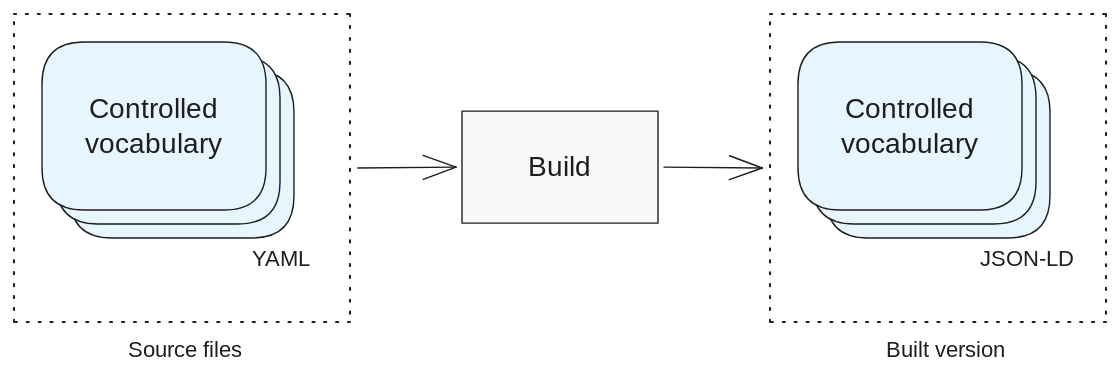
Above: src/docs/modules/ROOT/images/build-process.svg in Netbeheer-Nederland/controlled-vocabularies (Excalidraw), before the change. Source tidied: one line per element, renumbered; positions are measured from the earlier drawing's top-left corner, leaving out a move shared by most shapes. Its diagram source:
```json
{"id": 0, "type": "rectangle", "strokeColor": "#1e1e1e", "strokeWidth": 1, "strokeStyle": "dotted", "roughness": 0, "x": 0, "y": 0, "width": 240, "height": 220}
{"id": 1, "type": "rectangle", "strokeColor": "#1e1e1e", "backgroundColor": "#e7f5ff", "fillStyle": "solid", "strokeWidth": 1, "roughness": 0, "round": true, "x": 40, "y": 40, "width": 160, "height": 120}
{"id": 2, "type": "rectangle", "strokeColor": "#1e1e1e", "backgroundColor": "#e7f5ff", "fillStyle": "solid", "strokeWidth": 1, "roughness": 0, "round": true, "x": 30, "y": 30, "width": 160, "height": 120}
{"id": 3, "type": "rectangle", "strokeColor": "#1e1e1e", "backgroundColor": "#e7f5ff", "fillStyle": "solid", "strokeWidth": 1, "roughness": 0, "round": true, "x": 20, "y": 20, "width": 160, "height": 120}
{"id": 4, "type": "text", "text": "Controlled\nvocabulary", "strokeColor": "#1e1e1e", "backgroundColor": "#d0bfff", "fillStyle": "solid", "strokeWidth": 1, "roughness": 0, "fontSize": 20, "fontFamily": 6, "textAlign": "center", "verticalAlign": "middle", "inside": 3, "x": 50, "y": 55, "width": 99, "height": 50}
{"id": 5, "type": "text", "text": "YAML", "strokeColor": "#1e1e1e", "backgroundColor": "#e9ecef", "fillStyle": "solid", "strokeWidth": 1, "roughness": 0, "fontSize": 16, "fontFamily": 6, "x": 170, "y": 165, "width": 43, "height": 20}
{"id": 6, "type": "text", "text": "JSON-LD", "strokeColor": "#1e1e1e", "backgroundColor": "#e9ecef", "fillStyle": "solid", "strokeWidth": 1, "roughness": 0, "fontSize": 16, "fontFamily": 6, "x": 690, "y": 165, "width": 67, "height": 20}
{"id": 7, "type": "rectangle", "strokeColor": "#1e1e1e", "backgroundColor": "#f8f9fa", "fillStyle": "solid", "strokeWidth": 1, "roughness": 0, "x": 320, "y": 69, "width": 140, "height": 80}
{"id": 8, "type": "text", "text": "Build", "strokeColor": "#1e1e1e", "backgroundColor": "#d0bfff", "fillStyle": "solid", "strokeWidth": 1, "roughness": 0, "fontSize": 20, "fontFamily": 6, "textAlign": "center", "verticalAlign": "middle", "inside": 7, "x": 366, "y": 97, "width": 47, "height": 25}
{"id": 9, "type": "arrow", "strokeColor": "#1e1e1e", "backgroundColor": "#a5d8ff", "fillStyle": "hachure", "strokeWidth": 1, "roughness": 0, "endArrowhead": "arrow", "from": 0, "to": 7, "x": 246, "y": 110, "width": 70, "height": 1, "points": [[0, 0], [70, -1]]}
{"id": 10, "type": "text", "text": "Source files", "strokeColor": "#1e1e1e", "strokeWidth": 1, "strokeStyle": "dotted", "roughness": 0, "fontSize": 16, "fontFamily": 6, "textAlign": "center", "x": 80, "y": 230, "width": 84, "height": 20}
{"id": 11, "type": "rectangle", "strokeColor": "#1e1e1e", "strokeWidth": 1, "strokeStyle": "dotted", "roughness": 0, "x": 540, "y": 0, "width": 240, "height": 220}
{"id": 12, "type": "arrow", "strokeColor": "#1e1e1e", "backgroundColor": "#a5d8ff", "fillStyle": "hachure", "strokeWidth": 1, "roughness": 0, "endArrowhead": "arrow", "from": 7, "to": 11, "x": 464, "y": 109, "width": 70, "height": 1, "points": [[0, 0], [70, 1]]}
{"id": 13, "type": "rectangle", "strokeColor": "#1e1e1e", "backgroundColor": "#e7f5ff", "fillStyle": "solid", "strokeWidth": 1, "roughness": 0, "round": true, "x": 580, "y": 40, "width": 160, "height": 120}
{"id": 14, "type": "rectangle", "strokeColor": "#1e1e1e", "backgroundColor": "#e7f5ff", "fillStyle": "solid", "strokeWidth": 1, "roughness": 0, "round": true, "x": 570, "y": 30, "width": 160, "height": 120}
{"id": 15, "type": "rectangle", "strokeColor": "#1e1e1e", "backgroundColor": "#e7f5ff", "fillStyle": "solid", "strokeWidth": 1, "roughness": 0, "round": true, "x": 560, "y": 20, "width": 160, "height": 120}
{"id": 16, "type": "text", "text": "Controlled\nvocabulary", "strokeColor": "#1e1e1e", "backgroundColor": "#d0bfff", "fillStyle": "solid", "strokeWidth": 1, "roughness": 0, "fontSize": 20, "fontFamily": 6, "textAlign": "center", "verticalAlign": "middle", "inside": 15, "x": 590, "y": 55, "width": 99, "height": 50}
{"id": 17, "type": "text", "text": "Built version", "strokeColor": "#1e1e1e", "strokeWidth": 1, "strokeStyle": "dotted", "roughness": 0, "fontSize": 16, "fontFamily": 6, "textAlign": "center", "x": 620, "y": 230, "width": 90, "height": 20}
```
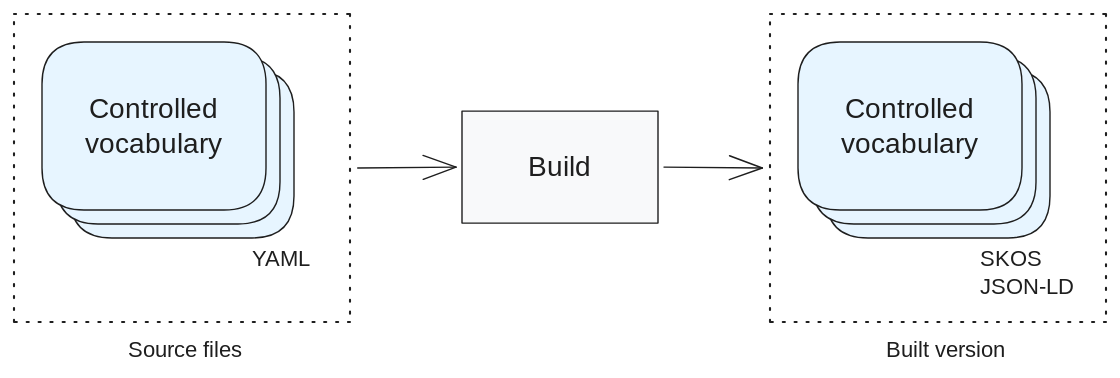
After the commit.

The edit, as a diff of the source:
```diff
@@ -4,7 +4,7 @@
 {"id": 3, "type": "rectangle", "strokeColor": "#1e1e1e", "backgroundColor": "#e7f5ff", "fillStyle": "solid", "strokeWidth": 1, "roughness": 0, "round": true, "x": 20, "y": 20, "width": 160, "height": 120}
 {"id": 4, "type": "text", "text": "Controlled\nvocabulary", "strokeColor": "#1e1e1e", "backgroundColor": "#d0bfff", "fillStyle": "solid", "strokeWidth": 1, "roughness": 0, "fontSize": 20, "fontFamily": 6, "textAlign": "center", "verticalAlign": "middle", "inside": 3, "x": 50, "y": 55, "width": 99, "height": 50}
 {"id": 5, "type": "text", "text": "YAML", "strokeColor": "#1e1e1e", "backgroundColor": "#e9ecef", "fillStyle": "solid", "strokeWidth": 1, "roughness": 0, "fontSize": 16, "fontFamily": 6, "x": 170, "y": 165, "width": 43, "height": 20}
-{"id": 6, "type": "text", "text": "JSON-LD", "strokeColor": "#1e1e1e", "backgroundColor": "#e9ecef", "fillStyle": "solid", "strokeWidth": 1, "roughness": 0, "fontSize": 16, "fontFamily": 6, "x": 690, "y": 165, "width": 67, "height": 20}
+{"id": 6, "type": "text", "text": "SKOS\nJSON-LD", "strokeColor": "#1e1e1e", "backgroundColor": "#e9ecef", "fillStyle": "solid", "strokeWidth": 1, "roughness": 0, "fontSize": 16, "fontFamily": 6, "x": 690, "y": 165, "width": 67, "height": 40}
 {"id": 7, "type": "rectangle", "strokeColor": "#1e1e1e", "backgroundColor": "#f8f9fa", "fillStyle": "solid", "strokeWidth": 1, "roughness": 0, "x": 320, "y": 69, "width": 140, "height": 80}
 {"id": 8, "type": "text", "text": "Build", "strokeColor": "#1e1e1e", "backgroundColor": "#d0bfff", "fillStyle": "solid", "strokeWidth": 1, "roughness": 0, "fontSize": 20, "fontFamily": 6, "textAlign": "center", "verticalAlign": "middle", "inside": 7, "x": 366, "y": 97, "width": 47, "height": 25}
 {"id": 9, "type": "arrow", "strokeColor": "#1e1e1e", "backgroundColor": "#a5d8ff", "fillStyle": "hachure", "strokeWidth": 1, "roughness": 0, "endArrowhead": "arrow", "from": 0, "to": 7, "x": 246, "y": 110, "width": 70, "height": 1, "points": [[0, 0], [70, -1]]}
```
